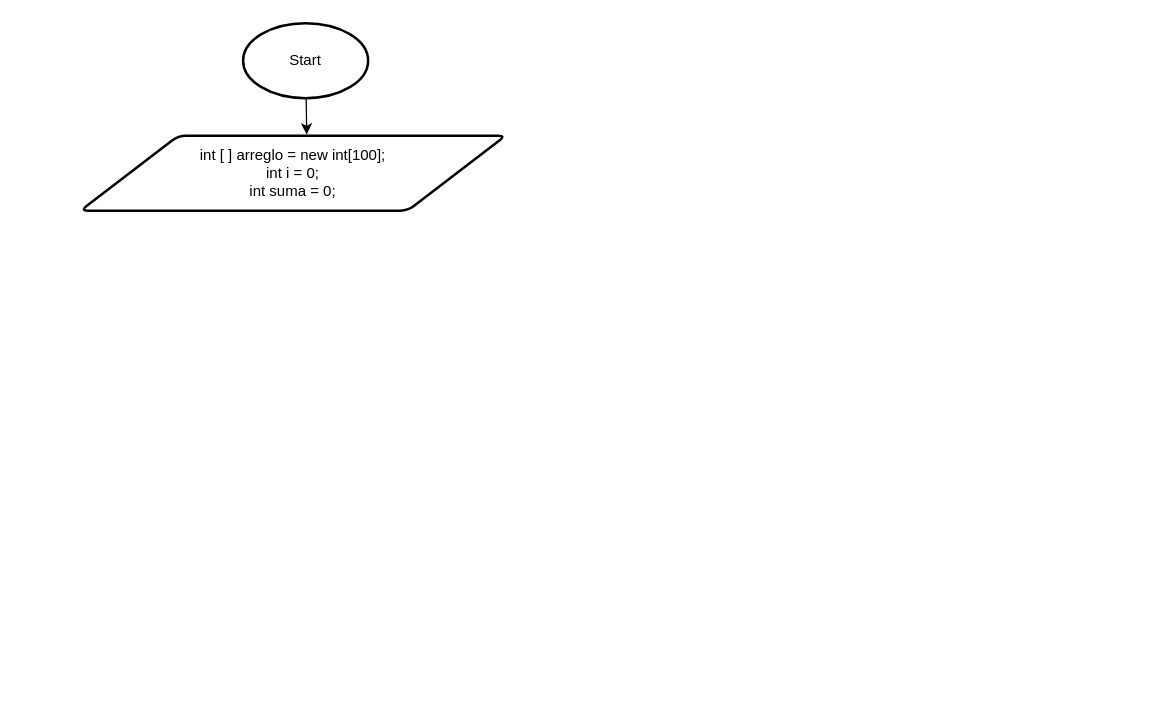
AnthonyLozadaAlexander/DiagramaDeFlujos keeps this draw.io diagram as NumerosParesArray.drawio. Above is the earlier version. Source tidied: cells renumbered, new cells numbered last; positions are measured from the earlier drawing's top-left corner, leaving out a move shared by most shapes. Both pictures are drawn from the tidied source at 125%, with x=0, y=0 at pixel (80, 22).
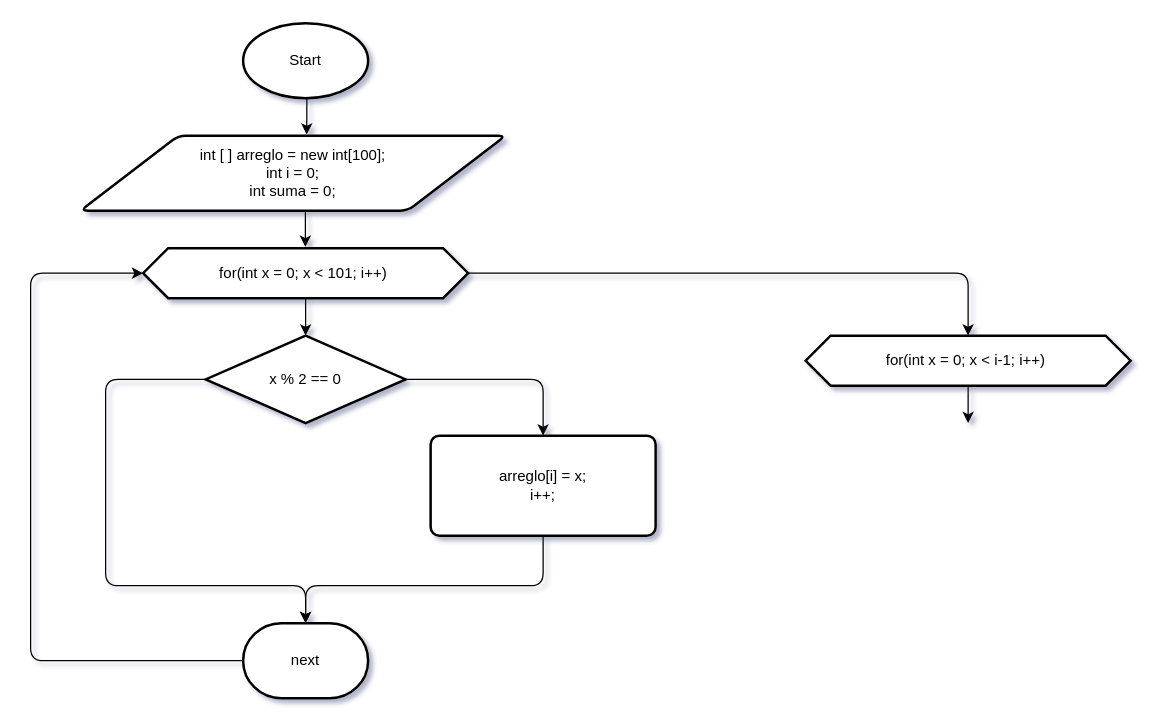
After the change.

Commit message:
Actualizar diagrama de flujo del método de números pares para mejorar la disposición de los elementos y corregir la lógica de los bucles.

Unchanged cells that the change refers to:
```xml
<mxCell id="2" value="Start" style="strokeWidth=2;html=1;shape=mxgraph.flowchart.start_1;whiteSpace=wrap;" parent="1" vertex="1">
  <mxGeometry x="130" width="100" height="60" as="geometry" />
</mxCell>
<mxCell id="3" value="int [ ] arreglo = new int[100];&lt;br&gt;&lt;div&gt;int i = 0;&lt;/div&gt;&lt;div&gt;int suma = 0;&lt;/div&gt;" style="shape=parallelogram;html=1;strokeWidth=2;perimeter=parallelogramPerimeter;whiteSpace=wrap;rounded=1;arcSize=12;size=0.23;" parent="1" vertex="1">
  <mxGeometry y="90" width="340" height="60" as="geometry" />
</mxCell>
```

Diff of the diagram source:
```diff
@@
-<mxGraphModel>
+<mxGraphModel shadow="1">
@@
-    <mxCell id="4" style="edgeStyle=none;html=1;entryX=0.532;entryY=-0.015;entryDx=0;entryDy=0;entryPerimeter=0;" parent="1" edge="1" source="2" target="3">
-      <mxGeometry relative="1" as="geometry" />
+    <mxCell id="4" style="edgeStyle=none;html=1;entryX=0.532;entryY=-0.015;entryDx=0;entryDy=0;entryPerimeter=0;" parent="1" edge="1" target="3">
+      <mxGeometry relative="1" as="geometry">
+        <mxPoint x="181" y="60" as="sourcePoint" />
+      </mxGeometry>
     </mxCell>
+    <mxCell id="5" style="edgeStyle=none;html=1;entryX=0.532;entryY=-0.015;entryDx=0;entryDy=0;entryPerimeter=0;" parent="1" edge="1">
+      <mxGeometry relative="1" as="geometry">
+        <mxPoint x="179.8" y="150" as="sourcePoint" />
+        <mxPoint x="179.8" y="179" as="targetPoint" />
+      </mxGeometry>
+    </mxCell>
+    <mxCell id="6" style="edgeStyle=none;html=1;entryX=0.5;entryY=0;entryDx=0;entryDy=0;exitX=1;exitY=0.5;exitDx=0;exitDy=0;" parent="1" edge="1" source="7" target="17">
+      <mxGeometry relative="1" as="geometry">
+        <Array as="points">
+          <mxPoint x="710" y="200" />
+        </Array>
+      </mxGeometry>
+    </mxCell>
+    <mxCell id="7" value="for(int x = 0; x &amp;lt; 101; i++)&amp;nbsp;" style="shape=hexagon;perimeter=hexagonPerimeter2;whiteSpace=wrap;html=1;fixedSize=1;strokeWidth=2;" parent="1" vertex="1">
+      <mxGeometry x="50" y="180" width="260" height="40" as="geometry" />
+    </mxCell>
+    <mxCell id="8" style="edgeStyle=none;html=1;entryX=0.5;entryY=0;entryDx=0;entryDy=0;" parent="1" edge="1" source="10" target="13">
+      <mxGeometry relative="1" as="geometry">
+        <Array as="points">
+          <mxPoint x="370" y="285" />
+        </Array>
+      </mxGeometry>
+    </mxCell>
+    <mxCell id="9" style="edgeStyle=none;html=1;exitX=0;exitY=0.5;exitDx=0;exitDy=0;exitPerimeter=0;" parent="1" edge="1" source="10">
+      <mxGeometry relative="1" as="geometry">
+        <mxPoint x="180" y="480" as="targetPoint" />
+        <Array as="points">
+          <mxPoint x="20" y="285" />
+          <mxPoint x="20" y="450" />
+          <mxPoint x="180" y="450" />
+        </Array>
+      </mxGeometry>
+    </mxCell>
+    <mxCell id="10" value="x % 2 == 0" style="strokeWidth=2;html=1;shape=mxgraph.flowchart.decision;whiteSpace=wrap;" parent="1" vertex="1">
+      <mxGeometry x="100" y="250" width="160" height="70" as="geometry" />
+    </mxCell>
+    <mxCell id="11" style="edgeStyle=none;html=1;entryX=0.5;entryY=0;entryDx=0;entryDy=0;entryPerimeter=0;" parent="1" edge="1" source="7" target="10">
+      <mxGeometry relative="1" as="geometry" />
+    </mxCell>
+    <mxCell id="12" style="edgeStyle=none;html=1;exitX=0.5;exitY=1;exitDx=0;exitDy=0;" parent="1" edge="1" source="13">
+      <mxGeometry relative="1" as="geometry">
+        <mxPoint x="180" y="480" as="targetPoint" />
+        <Array as="points">
+          <mxPoint x="370" y="450" />
+          <mxPoint x="290" y="450" />
+          <mxPoint x="180" y="450" />
+        </Array>
+      </mxGeometry>
+    </mxCell>
+    <mxCell id="13" value="arreglo[i] = x;&lt;div&gt;i++;&lt;/div&gt;" style="rounded=1;whiteSpace=wrap;html=1;absoluteArcSize=1;arcSize=14;strokeWidth=2;" parent="1" vertex="1">
+      <mxGeometry x="280" y="330" width="180" height="80" as="geometry" />
+    </mxCell>
+    <mxCell id="14" style="edgeStyle=none;html=1;entryX=0;entryY=0.5;entryDx=0;entryDy=0;" parent="1" edge="1" source="15" target="7">
+      <mxGeometry relative="1" as="geometry">
+        <Array as="points">
+          <mxPoint x="-40" y="510" />
+          <mxPoint x="-40" y="200" />
+        </Array>
+      </mxGeometry>
+    </mxCell>
+    <mxCell id="15" value="next" style="strokeWidth=2;html=1;shape=mxgraph.flowchart.terminator;whiteSpace=wrap;" parent="1" vertex="1">
+      <mxGeometry x="130" y="480" width="100" height="60" as="geometry" />
+    </mxCell>
+    <mxCell id="16" style="edgeStyle=none;html=1;" parent="1" edge="1" source="17">
+      <mxGeometry relative="1" as="geometry">
+        <mxPoint x="710" y="320" as="targetPoint" />
+      </mxGeometry>
+    </mxCell>
+    <mxCell id="17" value="for(int x = 0; x &amp;lt; i-1; i++)&amp;nbsp;" style="shape=hexagon;perimeter=hexagonPerimeter2;whiteSpace=wrap;html=1;fixedSize=1;strokeWidth=2;" parent="1" vertex="1">
+      <mxGeometry x="580" y="250" width="260" height="40" as="geometry" />
+    </mxCell>
```
